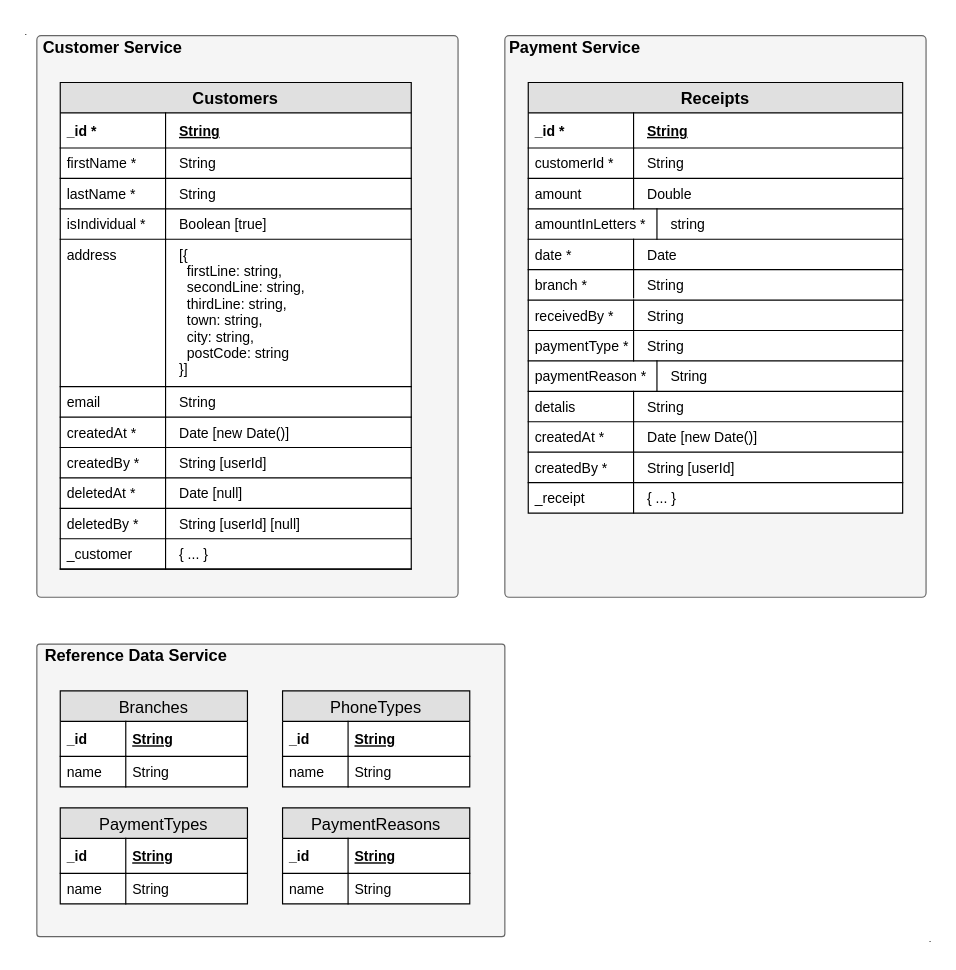
Above: page "DB" (3 of 4) of _images/High-Level_Design.drawio in aytekinyaliz/ylz-lh-infra (draw.io), before the change. Source tidied: cells renumbered, new cells numbered last; positions are measured from the earlier drawing's top-left corner, leaving out a move shared by most shapes. Both pictures are drawn from the tidied source at 117%, with x=0, y=0 at pixel (20, 20).
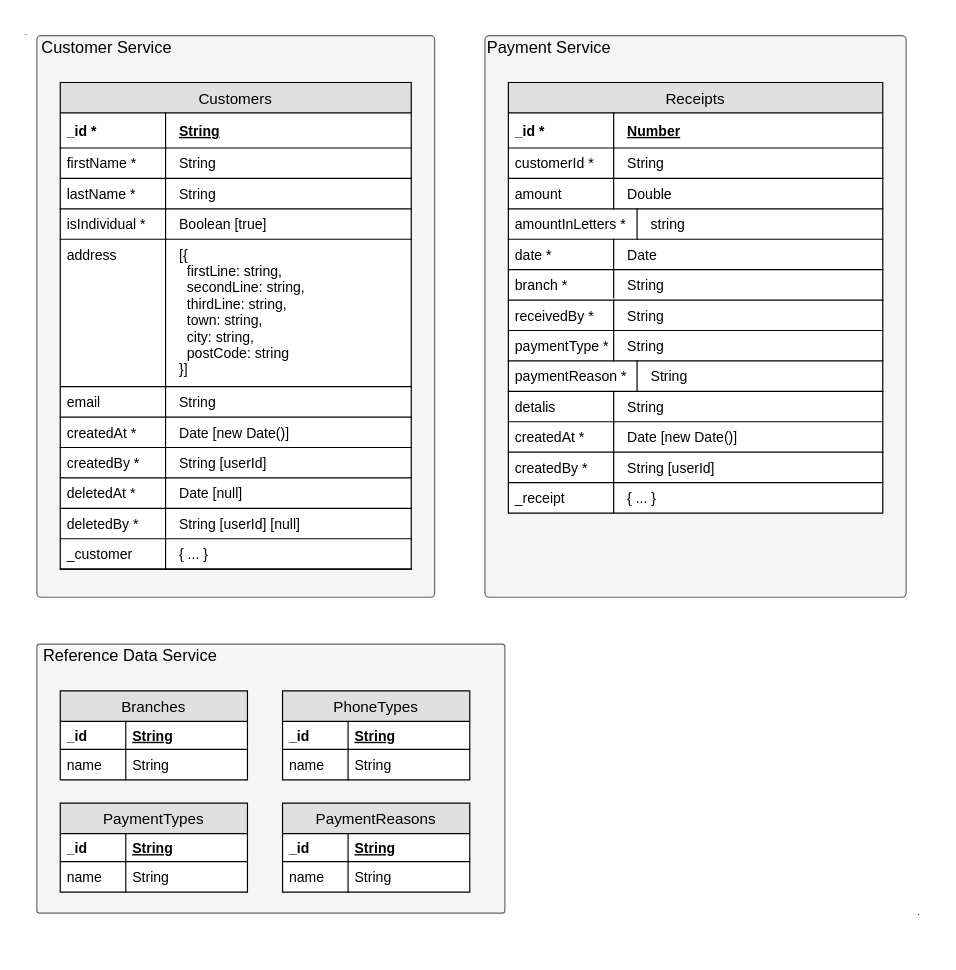
The same page after the edit.

Change to the diagram source:
```diff
@@
     <mxCell id="2" style="rounded=1;whiteSpace=wrap;html=1;fillColor=#f5f5f5;strokeColor=#666666;fontColor=#333333;arcSize=1;" parent="1" vertex="1">
-      <mxGeometry x="14" y="533" width="400" height="250" as="geometry" />
+      <mxGeometry x="14" y="533" width="400" height="230" as="geometry" />
     </mxCell>
     <mxCell id="3" style="rounded=1;whiteSpace=wrap;html=1;fillColor=#f5f5f5;strokeColor=#666666;fontColor=#333333;arcSize=1;" parent="1" vertex="1">
-      <mxGeometry x="414" y="13" width="360" height="480" as="geometry" />
+      <mxGeometry x="397" y="13" width="360" height="480" as="geometry" />
     </mxCell>
     <mxCell id="4" style="rounded=1;whiteSpace=wrap;html=1;fillColor=#f5f5f5;strokeColor=#666666;fontColor=#333333;rotation=0;arcSize=1;" parent="1" vertex="1">
-      <mxGeometry x="14" y="13" width="360" height="480" as="geometry" />
+      <mxGeometry x="14" y="13" width="340" height="480" as="geometry" />
     </mxCell>
-    <mxCell id="5" value="Customer Service" style="text;html=1;strokeColor=none;fillColor=none;align=center;verticalAlign=middle;whiteSpace=wrap;rounded=0;fontSize=14;fontStyle=1;" parent="1" vertex="1">
-      <mxGeometry x="14" y="13" width="130" height="20" as="geometry" />
+    <mxCell id="5" value="Customer Service" style="text;html=1;strokeColor=none;fillColor=none;align=center;verticalAlign=middle;whiteSpace=wrap;rounded=0;fontSize=14;fontStyle=0;" parent="1" vertex="1">
+      <mxGeometry x="14" y="13" width="120" height="20" as="geometry" />
     </mxCell>
-    <mxCell id="6" value="Payment Service" style="text;html=1;strokeColor=none;fillColor=none;align=center;verticalAlign=middle;whiteSpace=wrap;rounded=0;fontSize=14;fontStyle=1;" parent="1" vertex="1">
-      <mxGeometry x="414" y="13" width="120" height="20" as="geometry" />
+    <mxCell id="6" value="Payment Service" style="text;html=1;strokeColor=none;fillColor=none;align=center;verticalAlign=middle;whiteSpace=wrap;rounded=0;fontSize=14;fontStyle=0;" parent="1" vertex="1">
+      <mxGeometry x="397" y="13" width="110" height="20" as="geometry" />
     </mxCell>
-    <mxCell id="7" value="Reference Data Service" style="text;html=1;strokeColor=none;fillColor=none;align=center;verticalAlign=middle;whiteSpace=wrap;rounded=0;fontSize=14;fontStyle=1;" parent="1" vertex="1">
-      <mxGeometry x="14" y="533" width="170" height="20" as="geometry" />
+    <mxCell id="7" value="Reference Data Service" style="text;html=1;strokeColor=none;fillColor=none;align=center;verticalAlign=middle;whiteSpace=wrap;rounded=0;fontSize=14;fontStyle=0;" parent="1" vertex="1">
+      <mxGeometry x="14" y="533" width="160" height="20" as="geometry" />
     </mxCell>
-    <mxCell id="8" value="Customers" style="swimlane;fontStyle=1;horizontal=1;startSize=26;fillColor=#e0e0e0;swimlaneFillColor=#ffffff;align=center;fontSize=14;" parent="1" vertex="1">
+    <mxCell id="8" value="Customers" style="swimlane;fontStyle=0;horizontal=1;startSize=26;fillColor=#e0e0e0;swimlaneFillColor=#ffffff;align=center;fontSize=13;" parent="1" vertex="1">
       <mxGeometry x="34" y="53" width="300" height="416" as="geometry" />
     </mxCell>
@@
-    <mxCell id="31" value="Receipts" style="swimlane;fontStyle=1;horizontal=1;startSize=26;fillColor=#e0e0e0;swimlaneFillColor=#ffffff;align=center;fontSize=14;" parent="1" vertex="1">
-      <mxGeometry x="434" y="53" width="320" height="368" as="geometry" />
+    <mxCell id="31" value="Receipts" style="swimlane;fontStyle=0;horizontal=1;startSize=26;fillColor=#e0e0e0;swimlaneFillColor=#ffffff;align=center;fontSize=13;" parent="1" vertex="1">
+      <mxGeometry x="417" y="53" width="320" height="368" as="geometry" />
     </mxCell>
-    <mxCell id="32" value="String" style="shape=partialRectangle;top=0;left=0;right=0;bottom=1;align=left;verticalAlign=middle;fillColor=none;spacingLeft=100;spacingRight=4;overflow=hidden;fontStyle=5;fontSize=12;" parent="31" vertex="1">
+    <mxCell id="32" value="Number" style="shape=partialRectangle;top=0;left=0;right=0;bottom=1;align=left;verticalAlign=middle;fillColor=none;spacingLeft=100;spacingRight=4;overflow=hidden;fontStyle=5;fontSize=12;" parent="31" vertex="1">
       <mxGeometry y="26" width="320" height="30" as="geometry" />
     </mxCell>
@@
     <mxCell id="59" value="." style="text;html=1;strokeColor=none;fillColor=none;align=center;verticalAlign=middle;whiteSpace=wrap;rounded=0;shadow=0;comic=0;fontSize=8;" parent="1" vertex="1">
-      <mxGeometry x="773" y="775" width="10" height="20" as="geometry" />
+      <mxGeometry x="763" y="752" width="10" height="20" as="geometry" />
     </mxCell>
-    <mxCell id="60" value="Branches" style="swimlane;fontStyle=0;horizontal=1;startSize=26;fillColor=#e0e0e0;swimlaneFillColor=#ffffff;align=center;fontSize=14;" parent="1" vertex="1">
-      <mxGeometry x="34" y="573" width="160" height="82" as="geometry" />
+    <mxCell id="60" value="Branches" style="swimlane;fontStyle=0;horizontal=1;startSize=26;fillColor=#e0e0e0;swimlaneFillColor=#ffffff;align=center;fontSize=13;" parent="1" vertex="1">
+      <mxGeometry x="34" y="573" width="160" height="76" as="geometry" />
     </mxCell>
     <mxCell id="61" value="String" style="shape=partialRectangle;top=0;left=0;right=0;bottom=1;align=left;verticalAlign=middle;fillColor=none;spacingLeft=60;spacingRight=4;overflow=hidden;fontStyle=5;fontSize=12;" parent="60" vertex="1">
-      <mxGeometry y="26" width="160" height="30" as="geometry" />
+      <mxGeometry y="26" width="160" height="24" as="geometry" />
     </mxCell>
     <mxCell id="62" value="_id" style="shape=partialRectangle;fontStyle=1;top=0;left=0;bottom=0;fillColor=none;align=left;verticalAlign=middle;spacingLeft=4;spacingRight=4;overflow=hidden;fontSize=12;" parent="61" vertex="1">
-      <mxGeometry width="56" height="30" as="geometry" />
+      <mxGeometry width="56" height="24" as="geometry" />
     </mxCell>
     <mxCell id="63" value="String" style="shape=partialRectangle;top=0;left=0;right=0;bottom=0;align=left;verticalAlign=top;fillColor=none;spacingLeft=60;spacingRight=4;overflow=hidden;fontSize=12;" parent="60" vertex="1">
-      <mxGeometry y="56" width="160" height="26" as="geometry" />
+      <mxGeometry y="50" width="160" height="26" as="geometry" />
     </mxCell>
@@
-    <mxCell id="65" value="PaymentTypes" style="swimlane;fontStyle=0;horizontal=1;startSize=26;fillColor=#e0e0e0;swimlaneFillColor=#ffffff;align=center;fontSize=14;" parent="1" vertex="1">
-      <mxGeometry x="34" y="673" width="160" height="82" as="geometry" />
+    <mxCell id="65" value="PaymentTypes" style="swimlane;fontStyle=0;horizontal=1;startSize=26;fillColor=#e0e0e0;swimlaneFillColor=#ffffff;align=center;fontSize=13;" parent="1" vertex="1">
+      <mxGeometry x="34" y="669" width="160" height="76" as="geometry" />
     </mxCell>
     <mxCell id="66" value="String" style="shape=partialRectangle;top=0;left=0;right=0;bottom=1;align=left;verticalAlign=middle;fillColor=none;spacingLeft=60;spacingRight=4;overflow=hidden;fontStyle=5;fontSize=12;" parent="65" vertex="1">
-      <mxGeometry y="26" width="160" height="30" as="geometry" />
+      <mxGeometry y="26" width="160" height="24" as="geometry" />
     </mxCell>
     <mxCell id="67" value="_id" style="shape=partialRectangle;fontStyle=1;top=0;left=0;bottom=0;fillColor=none;align=left;verticalAlign=middle;spacingLeft=4;spacingRight=4;overflow=hidden;fontSize=12;" parent="66" vertex="1">
-      <mxGeometry width="56" height="30" as="geometry" />
+      <mxGeometry width="56" height="24" as="geometry" />
     </mxCell>
     <mxCell id="68" value="String" style="shape=partialRectangle;top=0;left=0;right=0;bottom=0;align=left;verticalAlign=top;fillColor=none;spacingLeft=60;spacingRight=4;overflow=hidden;fontSize=12;" parent="65" vertex="1">
-      <mxGeometry y="56" width="160" height="26" as="geometry" />
+      <mxGeometry y="50" width="160" height="26" as="geometry" />
     </mxCell>
@@
-    <mxCell id="70" value="PaymentReasons" style="swimlane;fontStyle=0;horizontal=1;startSize=26;fillColor=#e0e0e0;swimlaneFillColor=#ffffff;align=center;fontSize=14;" parent="1" vertex="1">
-      <mxGeometry x="224" y="673" width="160" height="82" as="geometry" />
+    <mxCell id="70" value="PaymentReasons" style="swimlane;fontStyle=0;horizontal=1;startSize=26;fillColor=#e0e0e0;swimlaneFillColor=#ffffff;align=center;fontSize=13;" parent="1" vertex="1">
+      <mxGeometry x="224" y="669" width="160" height="76" as="geometry" />
     </mxCell>
     <mxCell id="71" value="String" style="shape=partialRectangle;top=0;left=0;right=0;bottom=1;align=left;verticalAlign=middle;fillColor=none;spacingLeft=60;spacingRight=4;overflow=hidden;fontStyle=5;fontSize=12;" parent="70" vertex="1">
-      <mxGeometry y="26" width="160" height="30" as="geometry" />
+      <mxGeometry y="26" width="160" height="24" as="geometry" />
     </mxCell>
     <mxCell id="72" value="_id" style="shape=partialRectangle;fontStyle=1;top=0;left=0;bottom=0;fillColor=none;align=left;verticalAlign=middle;spacingLeft=4;spacingRight=4;overflow=hidden;fontSize=12;" parent="71" vertex="1">
-      <mxGeometry width="56" height="30" as="geometry" />
+      <mxGeometry width="56" height="24" as="geometry" />
     </mxCell>
     <mxCell id="73" value="String" style="shape=partialRectangle;top=0;left=0;right=0;bottom=0;align=left;verticalAlign=top;fillColor=none;spacingLeft=60;spacingRight=4;overflow=hidden;fontSize=12;" parent="70" vertex="1">
-      <mxGeometry y="56" width="160" height="26" as="geometry" />
+      <mxGeometry y="50" width="160" height="26" as="geometry" />
     </mxCell>
@@
-    <mxCell id="75" value="PhoneTypes" style="swimlane;fontStyle=0;horizontal=1;startSize=26;fillColor=#e0e0e0;swimlaneFillColor=#ffffff;align=center;fontSize=14;" parent="1" vertex="1">
-      <mxGeometry x="224" y="573" width="160" height="82" as="geometry" />
+    <mxCell id="75" value="PhoneTypes" style="swimlane;fontStyle=0;horizontal=1;startSize=26;fillColor=#e0e0e0;swimlaneFillColor=#ffffff;align=center;fontSize=13;" parent="1" vertex="1">
+      <mxGeometry x="224" y="573" width="160" height="76" as="geometry" />
     </mxCell>
     <mxCell id="76" value="String" style="shape=partialRectangle;top=0;left=0;right=0;bottom=1;align=left;verticalAlign=middle;fillColor=none;spacingLeft=60;spacingRight=4;overflow=hidden;fontStyle=5;fontSize=12;" parent="75" vertex="1">
-      <mxGeometry y="26" width="160" height="30" as="geometry" />
+      <mxGeometry y="26" width="160" height="24" as="geometry" />
     </mxCell>
     <mxCell id="77" value="_id" style="shape=partialRectangle;fontStyle=1;top=0;left=0;bottom=0;fillColor=none;align=left;verticalAlign=middle;spacingLeft=4;spacingRight=4;overflow=hidden;fontSize=12;" parent="76" vertex="1">
-      <mxGeometry width="56" height="30" as="geometry" />
+      <mxGeometry width="56" height="24" as="geometry" />
     </mxCell>
     <mxCell id="78" value="String" style="shape=partialRectangle;top=0;left=0;right=0;bottom=0;align=left;verticalAlign=top;fillColor=none;spacingLeft=60;spacingRight=4;overflow=hidden;fontSize=12;" parent="75" vertex="1">
-      <mxGeometry y="56" width="160" height="26" as="geometry" />
+      <mxGeometry y="50" width="160" height="26" as="geometry" />
     </mxCell>
```
